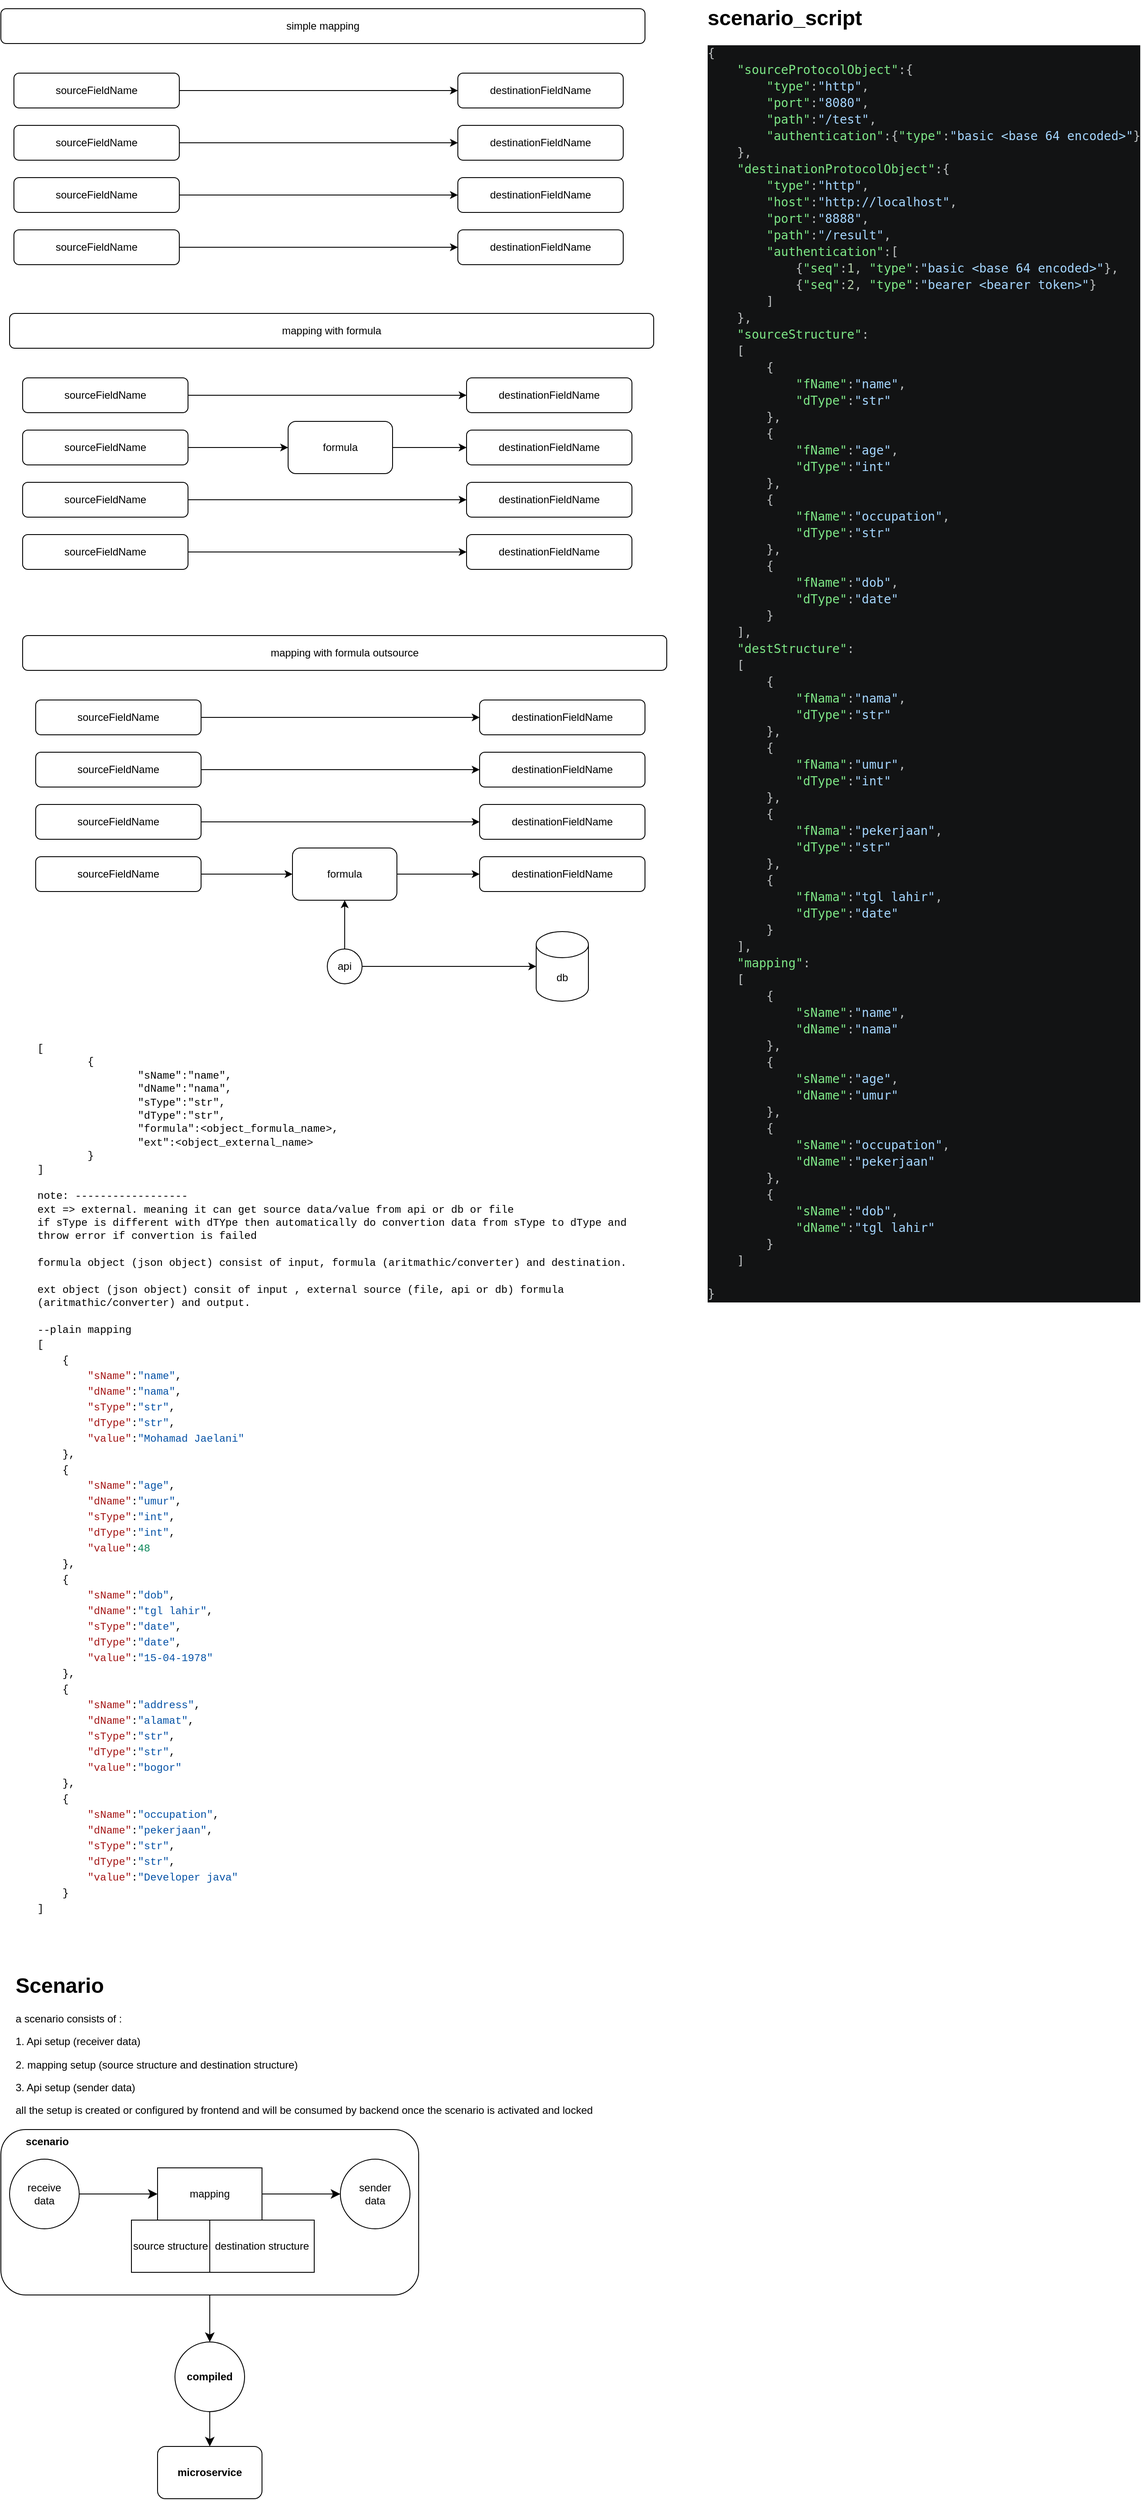
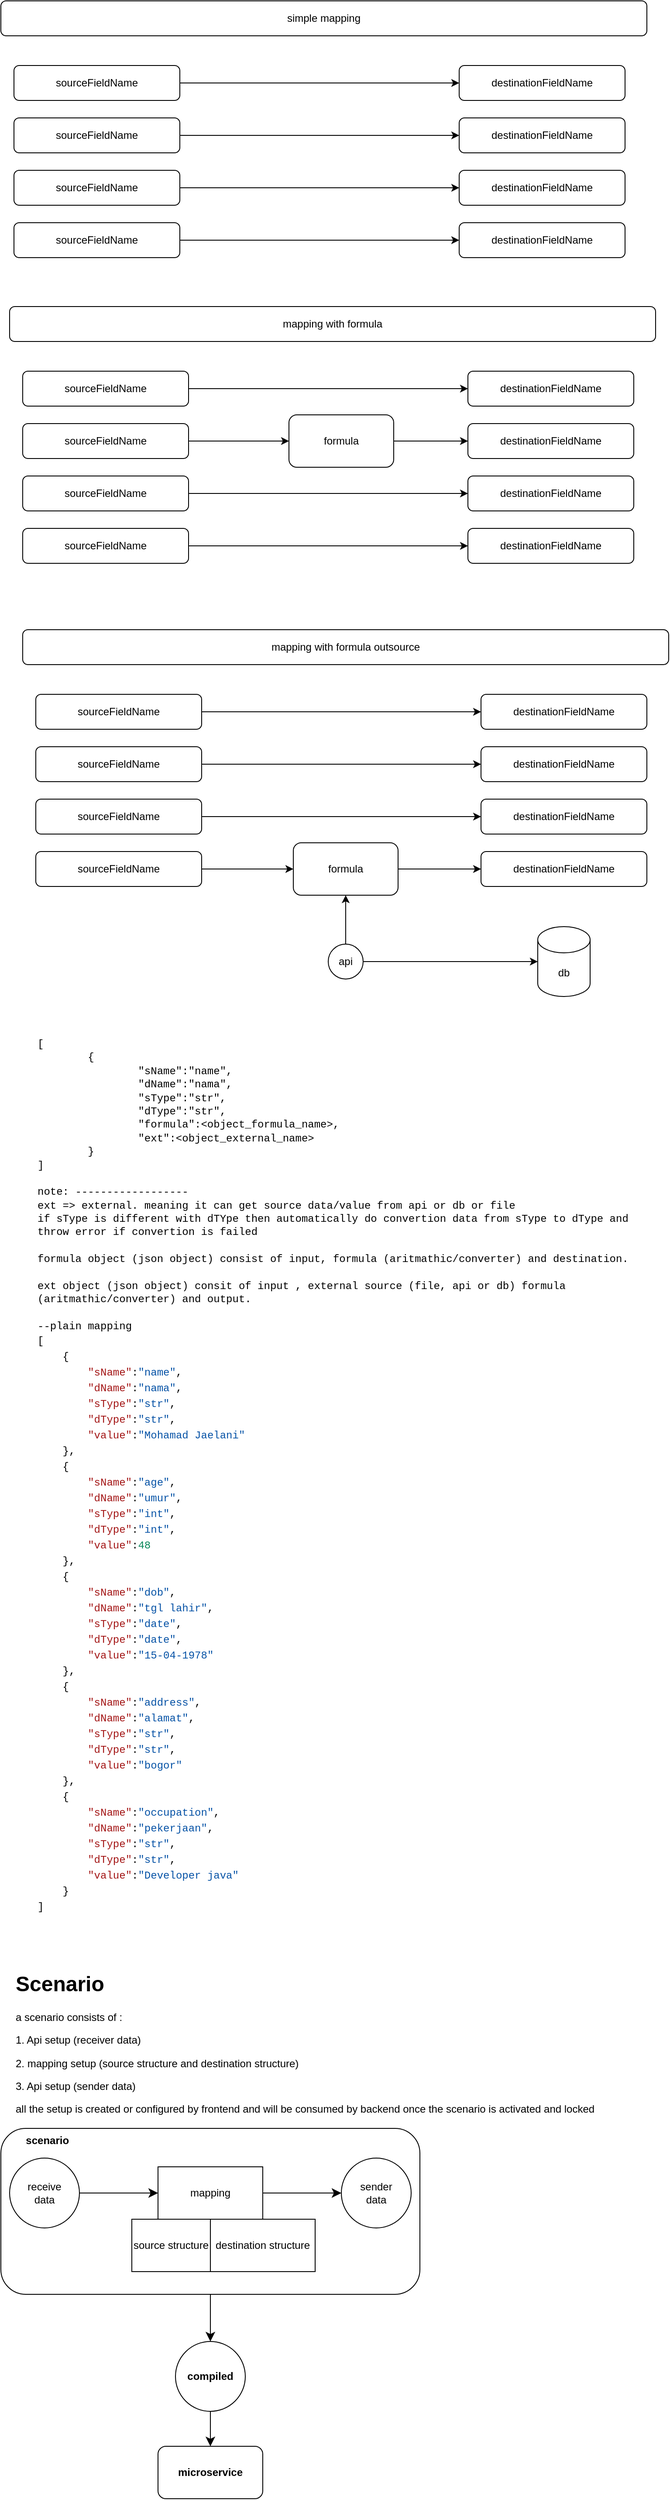
- <mxfile host="app.diagrams.net">
+ <mxfile host="app.diagrams.net" pages="2">
  <diagram name="Page-1" id="w0qSyX79uqXvIxm3ApQV">
    <mxGraphModel dx="1086" dy="970" grid="1" gridSize="10" guides="1" tooltips="1" connect="1" arrows="1" fold="1" page="1" pageScale="1" pageWidth="850" pageHeight="1100" math="0" shadow="0">
      <root>
        <mxCell id="0" />
        <mxCell id="1" parent="0" />
        <mxCell id="C5vNhbu8yeIDAcz09rIj-13" parent="1" style="rounded=1;whiteSpace=wrap;html=1;" value="simple mapping" vertex="1">
          <mxGeometry height="40" width="740" x="60" y="30" as="geometry" />
        </mxCell>
        <mxCell id="C5vNhbu8yeIDAcz09rIj-9" edge="1" parent="1" source="C5vNhbu8yeIDAcz09rIj-1" style="edgeStyle=orthogonalEdgeStyle;rounded=0;orthogonalLoop=1;jettySize=auto;html=1;entryX=0;entryY=0.5;entryDx=0;entryDy=0;" target="C5vNhbu8yeIDAcz09rIj-5">
          <mxGeometry relative="1" as="geometry" />
        </mxCell>
        <mxCell id="C5vNhbu8yeIDAcz09rIj-1" parent="1" style="rounded=1;whiteSpace=wrap;html=1;" value="sourceFieldName" vertex="1">
          <mxGeometry height="40" width="190" x="75" y="104" as="geometry" />
        </mxCell>
        <mxCell id="C5vNhbu8yeIDAcz09rIj-10" edge="1" parent="1" source="C5vNhbu8yeIDAcz09rIj-2" style="edgeStyle=orthogonalEdgeStyle;rounded=0;orthogonalLoop=1;jettySize=auto;html=1;entryX=0;entryY=0.5;entryDx=0;entryDy=0;" target="C5vNhbu8yeIDAcz09rIj-6">
          <mxGeometry relative="1" as="geometry" />
        </mxCell>
        <mxCell id="C5vNhbu8yeIDAcz09rIj-2" parent="1" style="rounded=1;whiteSpace=wrap;html=1;" value="sourceFieldName" vertex="1">
          <mxGeometry height="40" width="190" x="75" y="164" as="geometry" />
        </mxCell>
        <mxCell id="C5vNhbu8yeIDAcz09rIj-11" edge="1" parent="1" source="C5vNhbu8yeIDAcz09rIj-3" style="edgeStyle=orthogonalEdgeStyle;rounded=0;orthogonalLoop=1;jettySize=auto;html=1;entryX=0;entryY=0.5;entryDx=0;entryDy=0;" target="C5vNhbu8yeIDAcz09rIj-7">
          <mxGeometry relative="1" as="geometry" />
        </mxCell>
        <mxCell id="C5vNhbu8yeIDAcz09rIj-3" parent="1" style="rounded=1;whiteSpace=wrap;html=1;" value="sourceFieldName" vertex="1">
          <mxGeometry height="40" width="190" x="75" y="224" as="geometry" />
        </mxCell>
        <mxCell id="C5vNhbu8yeIDAcz09rIj-12" edge="1" parent="1" source="C5vNhbu8yeIDAcz09rIj-4" style="edgeStyle=orthogonalEdgeStyle;rounded=0;orthogonalLoop=1;jettySize=auto;html=1;entryX=0;entryY=0.5;entryDx=0;entryDy=0;" target="C5vNhbu8yeIDAcz09rIj-8">
          <mxGeometry relative="1" as="geometry" />
        </mxCell>
        <mxCell id="C5vNhbu8yeIDAcz09rIj-4" parent="1" style="rounded=1;whiteSpace=wrap;html=1;" value="sourceFieldName" vertex="1">
          <mxGeometry height="40" width="190" x="75" y="284" as="geometry" />
        </mxCell>
        <mxCell id="C5vNhbu8yeIDAcz09rIj-5" parent="1" style="rounded=1;whiteSpace=wrap;html=1;" value="destinationFieldName" vertex="1">
          <mxGeometry height="40" width="190" x="585" y="104" as="geometry" />
        </mxCell>
        <mxCell id="C5vNhbu8yeIDAcz09rIj-6" parent="1" style="rounded=1;whiteSpace=wrap;html=1;" value="destinationFieldName" vertex="1">
          <mxGeometry height="40" width="190" x="585" y="164" as="geometry" />
        </mxCell>
        <mxCell id="C5vNhbu8yeIDAcz09rIj-7" parent="1" style="rounded=1;whiteSpace=wrap;html=1;" value="destinationFieldName" vertex="1">
          <mxGeometry height="40" width="190" x="585" y="224" as="geometry" />
        </mxCell>
        <mxCell id="C5vNhbu8yeIDAcz09rIj-8" parent="1" style="rounded=1;whiteSpace=wrap;html=1;" value="destinationFieldName" vertex="1">
          <mxGeometry height="40" width="190" x="585" y="284" as="geometry" />
        </mxCell>
        <mxCell id="C5vNhbu8yeIDAcz09rIj-14" parent="1" style="rounded=1;whiteSpace=wrap;html=1;" value="mapping with formula" vertex="1">
          <mxGeometry height="40" width="740" x="70" y="380" as="geometry" />
        </mxCell>
        <mxCell id="C5vNhbu8yeIDAcz09rIj-15" edge="1" parent="1" source="C5vNhbu8yeIDAcz09rIj-16" style="edgeStyle=orthogonalEdgeStyle;rounded=0;orthogonalLoop=1;jettySize=auto;html=1;entryX=0;entryY=0.5;entryDx=0;entryDy=0;" target="C5vNhbu8yeIDAcz09rIj-23">
          <mxGeometry relative="1" as="geometry" />
        </mxCell>
        <mxCell id="C5vNhbu8yeIDAcz09rIj-16" parent="1" style="rounded=1;whiteSpace=wrap;html=1;" value="sourceFieldName" vertex="1">
          <mxGeometry height="40" width="190" x="85" y="454" as="geometry" />
        </mxCell>
        <mxCell id="C5vNhbu8yeIDAcz09rIj-28" edge="1" parent="1" source="C5vNhbu8yeIDAcz09rIj-18" style="edgeStyle=orthogonalEdgeStyle;rounded=0;orthogonalLoop=1;jettySize=auto;html=1;entryX=0;entryY=0.5;entryDx=0;entryDy=0;" target="C5vNhbu8yeIDAcz09rIj-27">
          <mxGeometry relative="1" as="geometry" />
        </mxCell>
        <mxCell id="C5vNhbu8yeIDAcz09rIj-18" parent="1" style="rounded=1;whiteSpace=wrap;html=1;" value="sourceFieldName" vertex="1">
          <mxGeometry height="40" width="190" x="85" y="514" as="geometry" />
        </mxCell>
        <mxCell id="C5vNhbu8yeIDAcz09rIj-19" edge="1" parent="1" source="C5vNhbu8yeIDAcz09rIj-20" style="edgeStyle=orthogonalEdgeStyle;rounded=0;orthogonalLoop=1;jettySize=auto;html=1;entryX=0;entryY=0.5;entryDx=0;entryDy=0;" target="C5vNhbu8yeIDAcz09rIj-25">
          <mxGeometry relative="1" as="geometry" />
        </mxCell>
        <mxCell id="C5vNhbu8yeIDAcz09rIj-20" parent="1" style="rounded=1;whiteSpace=wrap;html=1;" value="sourceFieldName" vertex="1">
          <mxGeometry height="40" width="190" x="85" y="574" as="geometry" />
        </mxCell>
        <mxCell id="C5vNhbu8yeIDAcz09rIj-21" edge="1" parent="1" source="C5vNhbu8yeIDAcz09rIj-22" style="edgeStyle=orthogonalEdgeStyle;rounded=0;orthogonalLoop=1;jettySize=auto;html=1;entryX=0;entryY=0.5;entryDx=0;entryDy=0;" target="C5vNhbu8yeIDAcz09rIj-26">
          <mxGeometry relative="1" as="geometry" />
        </mxCell>
        <mxCell id="C5vNhbu8yeIDAcz09rIj-22" parent="1" style="rounded=1;whiteSpace=wrap;html=1;" value="sourceFieldName" vertex="1">
          <mxGeometry height="40" width="190" x="85" y="634" as="geometry" />
        </mxCell>
        <mxCell id="C5vNhbu8yeIDAcz09rIj-23" parent="1" style="rounded=1;whiteSpace=wrap;html=1;" value="destinationFieldName" vertex="1">
          <mxGeometry height="40" width="190" x="595" y="454" as="geometry" />
        </mxCell>
        <mxCell id="C5vNhbu8yeIDAcz09rIj-24" parent="1" style="rounded=1;whiteSpace=wrap;html=1;" value="destinationFieldName" vertex="1">
          <mxGeometry height="40" width="190" x="595" y="514" as="geometry" />
        </mxCell>
        <mxCell id="C5vNhbu8yeIDAcz09rIj-25" parent="1" style="rounded=1;whiteSpace=wrap;html=1;" value="destinationFieldName" vertex="1">
          <mxGeometry height="40" width="190" x="595" y="574" as="geometry" />
        </mxCell>
        <mxCell id="C5vNhbu8yeIDAcz09rIj-26" parent="1" style="rounded=1;whiteSpace=wrap;html=1;" value="destinationFieldName" vertex="1">
          <mxGeometry height="40" width="190" x="595" y="634" as="geometry" />
        </mxCell>
        <mxCell id="C5vNhbu8yeIDAcz09rIj-29" edge="1" parent="1" source="C5vNhbu8yeIDAcz09rIj-27" style="edgeStyle=orthogonalEdgeStyle;rounded=0;orthogonalLoop=1;jettySize=auto;html=1;entryX=0;entryY=0.5;entryDx=0;entryDy=0;" target="C5vNhbu8yeIDAcz09rIj-24">
          <mxGeometry relative="1" as="geometry">
            <mxPoint x="590" y="534" as="targetPoint" />
          </mxGeometry>
        </mxCell>
        <mxCell id="C5vNhbu8yeIDAcz09rIj-27" parent="1" style="rounded=1;whiteSpace=wrap;html=1;" value="formula" vertex="1">
          <mxGeometry height="60" width="120" x="390" y="504" as="geometry" />
        </mxCell>
        <mxCell id="C5vNhbu8yeIDAcz09rIj-30" parent="1" style="rounded=1;whiteSpace=wrap;html=1;" value="mapping with formula outsource" vertex="1">
          <mxGeometry height="40" width="740" x="85" y="750" as="geometry" />
        </mxCell>
        <mxCell id="C5vNhbu8yeIDAcz09rIj-31" edge="1" parent="1" source="C5vNhbu8yeIDAcz09rIj-32" style="edgeStyle=orthogonalEdgeStyle;rounded=0;orthogonalLoop=1;jettySize=auto;html=1;entryX=0;entryY=0.5;entryDx=0;entryDy=0;" target="C5vNhbu8yeIDAcz09rIj-39">
          <mxGeometry relative="1" as="geometry" />
        </mxCell>
        <mxCell id="C5vNhbu8yeIDAcz09rIj-32" parent="1" style="rounded=1;whiteSpace=wrap;html=1;" value="sourceFieldName" vertex="1">
          <mxGeometry height="40" width="190" x="100" y="824" as="geometry" />
        </mxCell>
        <mxCell id="C5vNhbu8yeIDAcz09rIj-33" edge="1" parent="1" source="C5vNhbu8yeIDAcz09rIj-34" style="edgeStyle=orthogonalEdgeStyle;rounded=0;orthogonalLoop=1;jettySize=auto;html=1;entryX=0;entryY=0.5;entryDx=0;entryDy=0;" target="C5vNhbu8yeIDAcz09rIj-40">
          <mxGeometry relative="1" as="geometry">
            <mxPoint x="405" y="904" as="targetPoint" />
          </mxGeometry>
        </mxCell>
        <mxCell id="C5vNhbu8yeIDAcz09rIj-34" parent="1" style="rounded=1;whiteSpace=wrap;html=1;" value="sourceFieldName" vertex="1">
          <mxGeometry height="40" width="190" x="100" y="884" as="geometry" />
        </mxCell>
        <mxCell id="C5vNhbu8yeIDAcz09rIj-35" edge="1" parent="1" source="C5vNhbu8yeIDAcz09rIj-36" style="edgeStyle=orthogonalEdgeStyle;rounded=0;orthogonalLoop=1;jettySize=auto;html=1;entryX=0;entryY=0.5;entryDx=0;entryDy=0;" target="C5vNhbu8yeIDAcz09rIj-41">
          <mxGeometry relative="1" as="geometry" />
        </mxCell>
        <mxCell id="C5vNhbu8yeIDAcz09rIj-36" parent="1" style="rounded=1;whiteSpace=wrap;html=1;" value="sourceFieldName" vertex="1">
          <mxGeometry height="40" width="190" x="100" y="944" as="geometry" />
        </mxCell>
        <mxCell id="C5vNhbu8yeIDAcz09rIj-47" edge="1" parent="1" source="C5vNhbu8yeIDAcz09rIj-38" style="edgeStyle=orthogonalEdgeStyle;rounded=0;orthogonalLoop=1;jettySize=auto;html=1;entryX=0;entryY=0.5;entryDx=0;entryDy=0;" target="C5vNhbu8yeIDAcz09rIj-46">
          <mxGeometry relative="1" as="geometry" />
        </mxCell>
        <mxCell id="C5vNhbu8yeIDAcz09rIj-38" parent="1" style="rounded=1;whiteSpace=wrap;html=1;" value="sourceFieldName" vertex="1">
          <mxGeometry height="40" width="190" x="100" y="1004" as="geometry" />
        </mxCell>
        <mxCell id="C5vNhbu8yeIDAcz09rIj-39" parent="1" style="rounded=1;whiteSpace=wrap;html=1;" value="destinationFieldName" vertex="1">
          <mxGeometry height="40" width="190" x="610" y="824" as="geometry" />
        </mxCell>
        <mxCell id="C5vNhbu8yeIDAcz09rIj-40" parent="1" style="rounded=1;whiteSpace=wrap;html=1;" value="destinationFieldName" vertex="1">
          <mxGeometry height="40" width="190" x="610" y="884" as="geometry" />
        </mxCell>
        <mxCell id="C5vNhbu8yeIDAcz09rIj-41" parent="1" style="rounded=1;whiteSpace=wrap;html=1;" value="destinationFieldName" vertex="1">
          <mxGeometry height="40" width="190" x="610" y="944" as="geometry" />
        </mxCell>
        <mxCell id="C5vNhbu8yeIDAcz09rIj-42" parent="1" style="rounded=1;whiteSpace=wrap;html=1;" value="destinationFieldName" vertex="1">
          <mxGeometry height="40" width="190" x="610" y="1004" as="geometry" />
        </mxCell>
        <mxCell id="C5vNhbu8yeIDAcz09rIj-45" parent="1" style="shape=cylinder3;whiteSpace=wrap;html=1;boundedLbl=1;backgroundOutline=1;size=15;" value="db" vertex="1">
          <mxGeometry height="80" width="60" x="675" y="1090" as="geometry" />
        </mxCell>
        <mxCell id="C5vNhbu8yeIDAcz09rIj-49" edge="1" parent="1" source="C5vNhbu8yeIDAcz09rIj-46" style="edgeStyle=orthogonalEdgeStyle;rounded=0;orthogonalLoop=1;jettySize=auto;html=1;entryX=0;entryY=0.5;entryDx=0;entryDy=0;" target="C5vNhbu8yeIDAcz09rIj-42">
          <mxGeometry relative="1" as="geometry" />
        </mxCell>
        <mxCell id="C5vNhbu8yeIDAcz09rIj-46" parent="1" style="rounded=1;whiteSpace=wrap;html=1;" value="formula" vertex="1">
          <mxGeometry height="60" width="120" x="395" y="994" as="geometry" />
        </mxCell>
        <mxCell id="C5vNhbu8yeIDAcz09rIj-51" edge="1" parent="1" source="C5vNhbu8yeIDAcz09rIj-50" style="edgeStyle=orthogonalEdgeStyle;rounded=0;orthogonalLoop=1;jettySize=auto;html=1;entryX=0.5;entryY=1;entryDx=0;entryDy=0;" target="C5vNhbu8yeIDAcz09rIj-46">
          <mxGeometry relative="1" as="geometry" />
        </mxCell>
        <mxCell id="C5vNhbu8yeIDAcz09rIj-50" parent="1" style="ellipse;whiteSpace=wrap;html=1;aspect=fixed;" value="api" vertex="1">
          <mxGeometry height="40" width="40" x="435" y="1110" as="geometry" />
        </mxCell>
        <mxCell id="C5vNhbu8yeIDAcz09rIj-52" edge="1" parent="1" source="C5vNhbu8yeIDAcz09rIj-50" style="edgeStyle=orthogonalEdgeStyle;rounded=0;orthogonalLoop=1;jettySize=auto;html=1;entryX=0;entryY=0.5;entryDx=0;entryDy=0;entryPerimeter=0;" target="C5vNhbu8yeIDAcz09rIj-45">
          <mxGeometry relative="1" as="geometry" />
        </mxCell>
        <mxCell id="C5vNhbu8yeIDAcz09rIj-54" parent="1" style="rounded=0;whiteSpace=wrap;html=1;align=left;verticalAlign=top;strokeColor=none;" value="&lt;font face=&quot;Courier New&quot;&gt;[&lt;/font&gt;&lt;div&gt;&lt;font face=&quot;Courier New&quot;&gt;&lt;span style=&quot;white-space: pre;&quot;&gt;&#x9;&lt;/span&gt;{&lt;br&gt;&lt;/font&gt;&lt;/div&gt;&lt;div&gt;&lt;font face=&quot;Courier New&quot;&gt;&lt;span style=&quot;white-space: pre;&quot;&gt;&#x9;&lt;/span&gt;&lt;span style=&quot;white-space: pre;&quot;&gt;&#x9;&lt;/span&gt;&quot;sName&quot;:&quot;name&quot;,&lt;br&gt;&lt;/font&gt;&lt;/div&gt;&lt;div&gt;&lt;font face=&quot;Courier New&quot;&gt;&lt;span style=&quot;white-space: pre;&quot;&gt;&#x9;&lt;/span&gt;&lt;span style=&quot;white-space: pre;&quot;&gt;&#x9;&lt;/span&gt;&quot;dName&quot;:&quot;nama&quot;,&lt;br&gt;&lt;/font&gt;&lt;/div&gt;&lt;div&gt;&lt;font face=&quot;Courier New&quot;&gt;&lt;span style=&quot;white-space: pre;&quot;&gt;&#x9;&lt;/span&gt;&lt;span style=&quot;white-space: pre;&quot;&gt;&#x9;&lt;/span&gt;&quot;sType&quot;:&quot;str&quot;,&lt;br&gt;&lt;/font&gt;&lt;/div&gt;&lt;div&gt;&lt;font face=&quot;Courier New&quot;&gt;&lt;span style=&quot;white-space: pre;&quot;&gt;&#x9;&lt;/span&gt;&lt;span style=&quot;white-space: pre;&quot;&gt;&#x9;&lt;/span&gt;&quot;dType&quot;:&quot;str&quot;,&lt;br&gt;&lt;/font&gt;&lt;/div&gt;&lt;div&gt;&lt;font face=&quot;Courier New&quot;&gt;&lt;span style=&quot;white-space: pre;&quot;&gt;&#x9;&lt;/span&gt;&lt;span style=&quot;white-space: pre;&quot;&gt;&#x9;&lt;/span&gt;&quot;formula&quot;:&amp;lt;object_formula_name&amp;gt;,&lt;br&gt;&lt;/font&gt;&lt;/div&gt;&lt;div&gt;&lt;font face=&quot;Courier New&quot;&gt;&lt;span style=&quot;white-space: pre;&quot;&gt;&#x9;&lt;/span&gt;&lt;span style=&quot;white-space: pre;&quot;&gt;&#x9;&lt;/span&gt;&quot;ext&quot;:&amp;lt;object_external_name&amp;gt;&lt;br&gt;&lt;/font&gt;&lt;/div&gt;&lt;div&gt;&lt;font face=&quot;Courier New&quot;&gt;&lt;span style=&quot;white-space: pre;&quot;&gt;&#x9;&lt;/span&gt;}&lt;br&gt;&lt;/font&gt;&lt;/div&gt;&lt;div&gt;&lt;font face=&quot;Courier New&quot;&gt;]&lt;/font&gt;&lt;/div&gt;&lt;div&gt;&lt;font face=&quot;Courier New&quot;&gt;&lt;br&gt;&lt;/font&gt;&lt;/div&gt;&lt;div&gt;&lt;font face=&quot;Courier New&quot;&gt;note: ------------------&lt;/font&gt;&lt;/div&gt;&lt;div&gt;&lt;font face=&quot;Courier New&quot;&gt;ext =&amp;gt; external. meaning it can get source data/value from api or db or file&lt;/font&gt;&lt;/div&gt;&lt;div&gt;&lt;font face=&quot;Courier New&quot;&gt;if sType is different with dTYpe then automatically do convertion data from sType to dType and throw error if convertion is failed&lt;/font&gt;&lt;/div&gt;&lt;div&gt;&lt;font face=&quot;Courier New&quot;&gt;&lt;br&gt;&lt;/font&gt;&lt;/div&gt;&lt;div&gt;&lt;font face=&quot;Courier New&quot;&gt;formula object (json object) consist of input, formula (aritmathic/converter) and destination.&lt;/font&gt;&lt;/div&gt;&lt;div&gt;&lt;font face=&quot;Courier New&quot;&gt;&lt;br&gt;&lt;/font&gt;&lt;/div&gt;&lt;div&gt;&lt;font face=&quot;Courier New&quot;&gt;ext object&amp;nbsp;&lt;/font&gt;&lt;span style=&quot;font-family: &amp;quot;Courier New&amp;quot;; background-color: transparent; color: light-dark(rgb(0, 0, 0), rgb(255, 255, 255));&quot;&gt;(json object)&lt;/span&gt;&lt;span style=&quot;font-family: &amp;quot;Courier New&amp;quot;; background-color: transparent; color: light-dark(rgb(0, 0, 0), rgb(255, 255, 255));&quot;&gt;&amp;nbsp;consit of input , external source (file, api or db) formula (aritmathic/converter) and output.&lt;/span&gt;&lt;/div&gt;&lt;div&gt;&lt;span style=&quot;font-family: &amp;quot;Courier New&amp;quot;; background-color: transparent; color: light-dark(rgb(0, 0, 0), rgb(255, 255, 255));&quot;&gt;&lt;br&gt;&lt;/span&gt;&lt;/div&gt;&lt;div&gt;&lt;span style=&quot;font-family: &amp;quot;Courier New&amp;quot;; background-color: transparent; color: light-dark(rgb(0, 0, 0), rgb(255, 255, 255));&quot;&gt;--plain mapping&lt;/span&gt;&lt;/div&gt;&lt;div&gt;&lt;div style=&quot;background-color: rgb(255, 255, 255); font-family: IBMPlexMono, &amp;quot;Courier New&amp;quot;, monospace, Consolas, &amp;quot;Courier New&amp;quot;, monospace; line-height: 18px; white-space: pre;&quot;&gt;&lt;div&gt;[&lt;/div&gt;&lt;div&gt;&amp;nbsp; &amp;nbsp; {&lt;/div&gt;&lt;div&gt;&amp;nbsp; &amp;nbsp; &amp;nbsp; &amp;nbsp; &lt;span style=&quot;color: #a31515;&quot;&gt;&quot;sName&quot;&lt;/span&gt;:&lt;span style=&quot;color: #0451a5;&quot;&gt;&quot;name&quot;&lt;/span&gt;,&lt;/div&gt;&lt;div&gt;&amp;nbsp; &amp;nbsp; &amp;nbsp; &amp;nbsp; &lt;span style=&quot;color: #a31515;&quot;&gt;&quot;dName&quot;&lt;/span&gt;:&lt;span style=&quot;color: #0451a5;&quot;&gt;&quot;nama&quot;&lt;/span&gt;,&lt;/div&gt;&lt;div&gt;&amp;nbsp; &amp;nbsp; &amp;nbsp; &amp;nbsp; &lt;span style=&quot;color: #a31515;&quot;&gt;&quot;sType&quot;&lt;/span&gt;:&lt;span style=&quot;color: #0451a5;&quot;&gt;&quot;str&quot;&lt;/span&gt;,&lt;/div&gt;&lt;div&gt;&amp;nbsp; &amp;nbsp; &amp;nbsp; &amp;nbsp; &lt;span style=&quot;color: #a31515;&quot;&gt;&quot;dType&quot;&lt;/span&gt;:&lt;span style=&quot;color: #0451a5;&quot;&gt;&quot;str&quot;&lt;/span&gt;,&lt;/div&gt;&lt;div&gt;&amp;nbsp; &amp;nbsp; &amp;nbsp; &amp;nbsp; &lt;span style=&quot;color: #a31515;&quot;&gt;&quot;value&quot;&lt;/span&gt;:&lt;span style=&quot;color: #0451a5;&quot;&gt;&quot;Mohamad Jaelani&quot;&lt;/span&gt;&lt;/div&gt;&lt;div&gt;&amp;nbsp; &amp;nbsp; },&lt;/div&gt;&lt;div&gt;&amp;nbsp; &amp;nbsp; {&lt;/div&gt;&lt;div&gt;&amp;nbsp; &amp;nbsp; &amp;nbsp; &amp;nbsp; &lt;span style=&quot;color: #a31515;&quot;&gt;&quot;sName&quot;&lt;/span&gt;:&lt;span style=&quot;color: #0451a5;&quot;&gt;&quot;age&quot;&lt;/span&gt;,&lt;/div&gt;&lt;div&gt;&amp;nbsp; &amp;nbsp; &amp;nbsp; &amp;nbsp; &lt;span style=&quot;color: #a31515;&quot;&gt;&quot;dName&quot;&lt;/span&gt;:&lt;span style=&quot;color: #0451a5;&quot;&gt;&quot;umur&quot;&lt;/span&gt;,&lt;/div&gt;&lt;div&gt;&amp;nbsp; &amp;nbsp; &amp;nbsp; &amp;nbsp; &lt;span style=&quot;color: #a31515;&quot;&gt;&quot;sType&quot;&lt;/span&gt;:&lt;span style=&quot;color: #0451a5;&quot;&gt;&quot;int&quot;&lt;/span&gt;,&lt;/div&gt;&lt;div&gt;&amp;nbsp; &amp;nbsp; &amp;nbsp; &amp;nbsp; &lt;span style=&quot;color: #a31515;&quot;&gt;&quot;dType&quot;&lt;/span&gt;:&lt;span style=&quot;color: #0451a5;&quot;&gt;&quot;int&quot;&lt;/span&gt;,&lt;/div&gt;&lt;div&gt;&amp;nbsp; &amp;nbsp; &amp;nbsp; &amp;nbsp; &lt;span style=&quot;color: #a31515;&quot;&gt;&quot;value&quot;&lt;/span&gt;:&lt;span style=&quot;color: #098658;&quot;&gt;48&lt;/span&gt;&lt;/div&gt;&lt;div&gt;&amp;nbsp; &amp;nbsp; },&lt;/div&gt;&lt;div&gt;&amp;nbsp; &amp;nbsp; {&lt;/div&gt;&lt;div&gt;&amp;nbsp; &amp;nbsp; &amp;nbsp; &amp;nbsp; &lt;span style=&quot;color: #a31515;&quot;&gt;&quot;sName&quot;&lt;/span&gt;:&lt;span style=&quot;color: #0451a5;&quot;&gt;&quot;dob&quot;&lt;/span&gt;,&lt;/div&gt;&lt;div&gt;&amp;nbsp; &amp;nbsp; &amp;nbsp; &amp;nbsp; &lt;span style=&quot;color: #a31515;&quot;&gt;&quot;dName&quot;&lt;/span&gt;:&lt;span style=&quot;color: #0451a5;&quot;&gt;&quot;tgl lahir&quot;&lt;/span&gt;,&lt;/div&gt;&lt;div&gt;&amp;nbsp; &amp;nbsp; &amp;nbsp; &amp;nbsp; &lt;span style=&quot;color: #a31515;&quot;&gt;&quot;sType&quot;&lt;/span&gt;:&lt;span style=&quot;color: #0451a5;&quot;&gt;&quot;date&quot;&lt;/span&gt;,&lt;/div&gt;&lt;div&gt;&amp;nbsp; &amp;nbsp; &amp;nbsp; &amp;nbsp; &lt;span style=&quot;color: #a31515;&quot;&gt;&quot;dType&quot;&lt;/span&gt;:&lt;span style=&quot;color: #0451a5;&quot;&gt;&quot;date&quot;&lt;/span&gt;,&lt;/div&gt;&lt;div&gt;&amp;nbsp; &amp;nbsp; &amp;nbsp; &amp;nbsp; &lt;span style=&quot;color: #a31515;&quot;&gt;&quot;value&quot;&lt;/span&gt;:&lt;span style=&quot;color: #0451a5;&quot;&gt;&quot;15-04-1978&quot;&lt;/span&gt;&lt;/div&gt;&lt;div&gt;&amp;nbsp; &amp;nbsp; },&lt;/div&gt;&lt;div&gt;&amp;nbsp; &amp;nbsp; {&lt;/div&gt;&lt;div&gt;&amp;nbsp; &amp;nbsp; &amp;nbsp; &amp;nbsp; &lt;span style=&quot;color: #a31515;&quot;&gt;&quot;sName&quot;&lt;/span&gt;:&lt;span style=&quot;color: #0451a5;&quot;&gt;&quot;address&quot;&lt;/span&gt;,&lt;/div&gt;&lt;div&gt;&amp;nbsp; &amp;nbsp; &amp;nbsp; &amp;nbsp; &lt;span style=&quot;color: #a31515;&quot;&gt;&quot;dName&quot;&lt;/span&gt;:&lt;span style=&quot;color: #0451a5;&quot;&gt;&quot;alamat&quot;&lt;/span&gt;,&lt;/div&gt;&lt;div&gt;&amp;nbsp; &amp;nbsp; &amp;nbsp; &amp;nbsp; &lt;span style=&quot;color: #a31515;&quot;&gt;&quot;sType&quot;&lt;/span&gt;:&lt;span style=&quot;color: #0451a5;&quot;&gt;&quot;str&quot;&lt;/span&gt;,&lt;/div&gt;&lt;div&gt;&amp;nbsp; &amp;nbsp; &amp;nbsp; &amp;nbsp; &lt;span style=&quot;color: #a31515;&quot;&gt;&quot;dType&quot;&lt;/span&gt;:&lt;span style=&quot;color: #0451a5;&quot;&gt;&quot;str&quot;&lt;/span&gt;,&lt;/div&gt;&lt;div&gt;&amp;nbsp; &amp;nbsp; &amp;nbsp; &amp;nbsp; &lt;span style=&quot;color: #a31515;&quot;&gt;&quot;value&quot;&lt;/span&gt;:&lt;span style=&quot;color: #0451a5;&quot;&gt;&quot;bogor&quot;&lt;/span&gt;&lt;/div&gt;&lt;div&gt;&amp;nbsp; &amp;nbsp; },&lt;/div&gt;&lt;div&gt;&amp;nbsp; &amp;nbsp; {&lt;/div&gt;&lt;div&gt;&amp;nbsp; &amp;nbsp; &amp;nbsp; &amp;nbsp; &lt;span style=&quot;color: #a31515;&quot;&gt;&quot;sName&quot;&lt;/span&gt;:&lt;span style=&quot;color: #0451a5;&quot;&gt;&quot;occupation&quot;&lt;/span&gt;,&lt;/div&gt;&lt;div&gt;&amp;nbsp; &amp;nbsp; &amp;nbsp; &amp;nbsp; &lt;span style=&quot;color: #a31515;&quot;&gt;&quot;dName&quot;&lt;/span&gt;:&lt;span style=&quot;color: #0451a5;&quot;&gt;&quot;pekerjaan&quot;&lt;/span&gt;,&lt;/div&gt;&lt;div&gt;&amp;nbsp; &amp;nbsp; &amp;nbsp; &amp;nbsp; &lt;span style=&quot;color: #a31515;&quot;&gt;&quot;sType&quot;&lt;/span&gt;:&lt;span style=&quot;color: #0451a5;&quot;&gt;&quot;str&quot;&lt;/span&gt;,&lt;/div&gt;&lt;div&gt;&amp;nbsp; &amp;nbsp; &amp;nbsp; &amp;nbsp; &lt;span style=&quot;color: #a31515;&quot;&gt;&quot;dType&quot;&lt;/span&gt;:&lt;span style=&quot;color: #0451a5;&quot;&gt;&quot;str&quot;&lt;/span&gt;,&lt;/div&gt;&lt;div&gt;&amp;nbsp; &amp;nbsp; &amp;nbsp; &amp;nbsp; &lt;span style=&quot;color: #a31515;&quot;&gt;&quot;value&quot;&lt;/span&gt;:&lt;span style=&quot;color: #0451a5;&quot;&gt;&quot;Developer java&quot;&lt;/span&gt;&lt;/div&gt;&lt;div&gt;&amp;nbsp; &amp;nbsp; }&lt;/div&gt;&lt;div&gt;]&lt;/div&gt;&lt;/div&gt;&lt;/div&gt;&lt;div&gt;&lt;font face=&quot;Courier New&quot;&gt;&lt;br&gt;&lt;/font&gt;&lt;/div&gt;" vertex="1">
          <mxGeometry height="820" width="700" x="100" y="1210" as="geometry" />
        </mxCell>
        <mxCell id="U511CUliFXkv6nbYjQ3k-1" parent="1" style="text;html=1;whiteSpace=wrap;overflow=hidden;rounded=0;" value="&lt;h1 style=&quot;margin-top: 0px;&quot;&gt;Scenario&lt;/h1&gt;&lt;p&gt;a scenario consists of :&lt;/p&gt;&lt;p&gt;1. Api setup (receiver data)&lt;/p&gt;&lt;p&gt;2. mapping setup (source structure and destination structure)&lt;/p&gt;&lt;p&gt;3. Api setup (sender data)&lt;/p&gt;&lt;p&gt;all the setup is created or configured by frontend and will be consumed by backend once the scenario is activated and locked&lt;/p&gt;" vertex="1">
          <mxGeometry height="190" width="725" x="75" y="2280" as="geometry" />
        </mxCell>
        <mxCell id="U511CUliFXkv6nbYjQ3k-14" connectable="0" parent="1" style="group;movable=1;resizable=1;rotatable=1;deletable=1;editable=1;locked=0;connectable=1;" value="" vertex="1">
          <mxGeometry height="190" width="480" x="60" y="2466" as="geometry" />
        </mxCell>
        <mxCell id="U511CUliFXkv6nbYjQ3k-12" parent="U511CUliFXkv6nbYjQ3k-14" style="rounded=1;whiteSpace=wrap;html=1;align=left;verticalAlign=top;fontStyle=1" value="&lt;span style=&quot;white-space: pre;&quot;&gt;&#x9;&lt;/span&gt;scenario" vertex="1">
          <mxGeometry height="190" width="480" as="geometry" />
        </mxCell>
        <mxCell id="U511CUliFXkv6nbYjQ3k-6" edge="1" parent="U511CUliFXkv6nbYjQ3k-14" source="U511CUliFXkv6nbYjQ3k-3" style="edgeStyle=none;curved=1;rounded=0;orthogonalLoop=1;jettySize=auto;html=1;fontSize=12;startSize=8;endSize=8;" target="U511CUliFXkv6nbYjQ3k-5" value="">
          <mxGeometry relative="1" as="geometry" />
        </mxCell>
        <mxCell id="U511CUliFXkv6nbYjQ3k-3" parent="U511CUliFXkv6nbYjQ3k-14" style="ellipse;whiteSpace=wrap;html=1;aspect=fixed;" value="receive&lt;div&gt;data&lt;/div&gt;" vertex="1">
          <mxGeometry height="80" width="80" x="10" y="34" as="geometry" />
        </mxCell>
        <mxCell id="U511CUliFXkv6nbYjQ3k-8" edge="1" parent="U511CUliFXkv6nbYjQ3k-14" source="U511CUliFXkv6nbYjQ3k-5" style="edgeStyle=none;curved=1;rounded=0;orthogonalLoop=1;jettySize=auto;html=1;fontSize=12;startSize=8;endSize=8;" target="U511CUliFXkv6nbYjQ3k-7" value="">
          <mxGeometry relative="1" as="geometry" />
        </mxCell>
        <mxCell id="U511CUliFXkv6nbYjQ3k-5" parent="U511CUliFXkv6nbYjQ3k-14" style="whiteSpace=wrap;html=1;" value="mapping" vertex="1">
          <mxGeometry height="60" width="120" x="180" y="44" as="geometry" />
        </mxCell>
        <mxCell id="U511CUliFXkv6nbYjQ3k-7" parent="U511CUliFXkv6nbYjQ3k-14" style="ellipse;whiteSpace=wrap;html=1;" value="sender&lt;div&gt;data&lt;/div&gt;" vertex="1">
          <mxGeometry height="80" width="80" x="390" y="34" as="geometry" />
        </mxCell>
        <mxCell id="U511CUliFXkv6nbYjQ3k-9" parent="U511CUliFXkv6nbYjQ3k-14" style="whiteSpace=wrap;html=1;" value="source structure" vertex="1">
          <mxGeometry height="60" width="90" x="150" y="104" as="geometry" />
        </mxCell>
        <mxCell id="U511CUliFXkv6nbYjQ3k-11" parent="U511CUliFXkv6nbYjQ3k-14" style="whiteSpace=wrap;html=1;" value="destination structure" vertex="1">
          <mxGeometry height="60" width="120" x="240" y="104" as="geometry" />
        </mxCell>
        <mxCell id="U511CUliFXkv6nbYjQ3k-18" edge="1" parent="1" source="U511CUliFXkv6nbYjQ3k-15" style="edgeStyle=none;curved=1;rounded=0;orthogonalLoop=1;jettySize=auto;html=1;fontSize=12;startSize=8;endSize=8;" target="U511CUliFXkv6nbYjQ3k-17" value="">
          <mxGeometry relative="1" as="geometry" />
        </mxCell>
        <mxCell id="U511CUliFXkv6nbYjQ3k-15" parent="1" style="ellipse;whiteSpace=wrap;html=1;align=center;verticalAlign=middle;rounded=1;fontStyle=1;" value="compiled" vertex="1">
          <mxGeometry height="80" width="80" x="260" y="2710" as="geometry" />
        </mxCell>
        <mxCell id="U511CUliFXkv6nbYjQ3k-16" edge="1" parent="1" source="U511CUliFXkv6nbYjQ3k-12" style="edgeStyle=none;curved=1;rounded=0;orthogonalLoop=1;jettySize=auto;html=1;fontSize=12;startSize=8;endSize=8;" target="U511CUliFXkv6nbYjQ3k-15" value="">
          <mxGeometry relative="1" as="geometry" />
        </mxCell>
        <mxCell id="U511CUliFXkv6nbYjQ3k-17" parent="1" style="whiteSpace=wrap;html=1;rounded=1;fontStyle=1;" value="microservice" vertex="1">
          <mxGeometry height="60" width="120" x="240" y="2830" as="geometry" />
        </mxCell>
-         <mxCell id="U511CUliFXkv6nbYjQ3k-19" parent="1" style="text;html=1;whiteSpace=wrap;overflow=hidden;rounded=0;" value="&lt;h1 style=&quot;margin-top: 0px;&quot;&gt;scenario_script&lt;/h1&gt;&lt;div style=&quot;color: rgb(187, 190, 191); background-color: rgb(18, 19, 20); font-family: &amp;quot;Droid Sans Mono&amp;quot;, monospace; font-size: 14px; line-height: 19px; white-space: pre;&quot;&gt;&lt;div&gt;{&lt;/div&gt;&lt;div&gt;    &lt;span style=&quot;color: #7ee787;&quot;&gt;&quot;sourceProtocolObject&quot;&lt;/span&gt;:{&lt;/div&gt;&lt;div&gt;        &lt;span style=&quot;color: #7ee787;&quot;&gt;&quot;type&quot;&lt;/span&gt;:&lt;span style=&quot;color: #a5d6ff;&quot;&gt;&quot;http&quot;&lt;/span&gt;,&lt;/div&gt;&lt;div&gt;        &lt;span style=&quot;color: #7ee787;&quot;&gt;&quot;port&quot;&lt;/span&gt;:&lt;span style=&quot;color: #a5d6ff;&quot;&gt;&quot;8080&quot;&lt;/span&gt;,&lt;/div&gt;&lt;div&gt;        &lt;span style=&quot;color: #7ee787;&quot;&gt;&quot;path&quot;&lt;/span&gt;:&lt;span style=&quot;color: #a5d6ff;&quot;&gt;&quot;/test&quot;&lt;/span&gt;,&lt;/div&gt;&lt;div&gt;        &lt;span style=&quot;color: #7ee787;&quot;&gt;&quot;authentication&quot;&lt;/span&gt;:{&lt;span style=&quot;color: #7ee787;&quot;&gt;&quot;type&quot;&lt;/span&gt;:&lt;span style=&quot;color: #a5d6ff;&quot;&gt;&quot;basic &amp;lt;base 64 encoded&amp;gt;&quot;&lt;/span&gt;}&lt;/div&gt;&lt;div&gt;    },&lt;/div&gt;&lt;div&gt;    &lt;span style=&quot;color: #7ee787;&quot;&gt;&quot;destinationProtocolObject&quot;&lt;/span&gt;:{&lt;/div&gt;&lt;div&gt;        &lt;span style=&quot;color: #7ee787;&quot;&gt;&quot;type&quot;&lt;/span&gt;:&lt;span style=&quot;color: #a5d6ff;&quot;&gt;&quot;http&quot;&lt;/span&gt;,&lt;/div&gt;&lt;div&gt;        &lt;span style=&quot;color: #7ee787;&quot;&gt;&quot;host&quot;&lt;/span&gt;:&lt;span style=&quot;color: #a5d6ff;&quot;&gt;&quot;http://localhost&quot;&lt;/span&gt;,&lt;/div&gt;&lt;div&gt;        &lt;span style=&quot;color: #7ee787;&quot;&gt;&quot;port&quot;&lt;/span&gt;:&lt;span style=&quot;color: #a5d6ff;&quot;&gt;&quot;8888&quot;&lt;/span&gt;,&lt;/div&gt;&lt;div&gt;        &lt;span style=&quot;color: #7ee787;&quot;&gt;&quot;path&quot;&lt;/span&gt;:&lt;span style=&quot;color: #a5d6ff;&quot;&gt;&quot;/result&quot;&lt;/span&gt;,&lt;/div&gt;&lt;div&gt;        &lt;span style=&quot;color: #7ee787;&quot;&gt;&quot;authentication&quot;&lt;/span&gt;:[&lt;/div&gt;&lt;div&gt;            {&lt;span style=&quot;color: #7ee787;&quot;&gt;&quot;seq&quot;&lt;/span&gt;:&lt;span style=&quot;color: #b5cea8;&quot;&gt;1&lt;/span&gt;, &lt;span style=&quot;color: #7ee787;&quot;&gt;&quot;type&quot;&lt;/span&gt;:&lt;span style=&quot;color: #a5d6ff;&quot;&gt;&quot;basic &amp;lt;base 64 encoded&amp;gt;&quot;&lt;/span&gt;},&lt;/div&gt;&lt;div&gt;            {&lt;span style=&quot;color: #7ee787;&quot;&gt;&quot;seq&quot;&lt;/span&gt;:&lt;span style=&quot;color: #b5cea8;&quot;&gt;2&lt;/span&gt;, &lt;span style=&quot;color: #7ee787;&quot;&gt;&quot;type&quot;&lt;/span&gt;:&lt;span style=&quot;color: #a5d6ff;&quot;&gt;&quot;bearer &amp;lt;bearer token&amp;gt;&quot;&lt;/span&gt;}&lt;/div&gt;&lt;div&gt;        ]&lt;/div&gt;&lt;div&gt;    },&lt;/div&gt;&lt;div&gt;    &lt;span style=&quot;color: #7ee787;&quot;&gt;&quot;sourceStructure&quot;&lt;/span&gt;:&lt;/div&gt;&lt;div&gt;    [&lt;/div&gt;&lt;div&gt;        {&lt;/div&gt;&lt;div&gt;            &lt;span style=&quot;color: #7ee787;&quot;&gt;&quot;fName&quot;&lt;/span&gt;:&lt;span style=&quot;color: #a5d6ff;&quot;&gt;&quot;name&quot;&lt;/span&gt;,&lt;/div&gt;&lt;div&gt;            &lt;span style=&quot;color: #7ee787;&quot;&gt;&quot;dType&quot;&lt;/span&gt;:&lt;span style=&quot;color: #a5d6ff;&quot;&gt;&quot;str&quot;&lt;/span&gt;&lt;/div&gt;&lt;div&gt;        },&lt;/div&gt;&lt;div&gt;        {&lt;/div&gt;&lt;div&gt;            &lt;span style=&quot;color: #7ee787;&quot;&gt;&quot;fName&quot;&lt;/span&gt;:&lt;span style=&quot;color: #a5d6ff;&quot;&gt;&quot;age&quot;&lt;/span&gt;,&lt;/div&gt;&lt;div&gt;            &lt;span style=&quot;color: #7ee787;&quot;&gt;&quot;dType&quot;&lt;/span&gt;:&lt;span style=&quot;color: #a5d6ff;&quot;&gt;&quot;int&quot;&lt;/span&gt;&lt;/div&gt;&lt;div&gt;        },&lt;/div&gt;&lt;div&gt;        {&lt;/div&gt;&lt;div&gt;            &lt;span style=&quot;color: #7ee787;&quot;&gt;&quot;fName&quot;&lt;/span&gt;:&lt;span style=&quot;color: #a5d6ff;&quot;&gt;&quot;occupation&quot;&lt;/span&gt;,&lt;/div&gt;&lt;div&gt;            &lt;span style=&quot;color: #7ee787;&quot;&gt;&quot;dType&quot;&lt;/span&gt;:&lt;span style=&quot;color: #a5d6ff;&quot;&gt;&quot;str&quot;&lt;/span&gt;&lt;/div&gt;&lt;div&gt;        },&lt;/div&gt;&lt;div&gt;        {&lt;/div&gt;&lt;div&gt;            &lt;span style=&quot;color: #7ee787;&quot;&gt;&quot;fName&quot;&lt;/span&gt;:&lt;span style=&quot;color: #a5d6ff;&quot;&gt;&quot;dob&quot;&lt;/span&gt;,&lt;/div&gt;&lt;div&gt;            &lt;span style=&quot;color: #7ee787;&quot;&gt;&quot;dType&quot;&lt;/span&gt;:&lt;span style=&quot;color: #a5d6ff;&quot;&gt;&quot;date&quot;&lt;/span&gt;&lt;/div&gt;&lt;div&gt;        }&lt;/div&gt;&lt;div&gt;    ],&lt;/div&gt;&lt;div&gt;    &lt;span style=&quot;color: #7ee787;&quot;&gt;&quot;destStructure&quot;&lt;/span&gt;:&lt;/div&gt;&lt;div&gt;    [&lt;/div&gt;&lt;div&gt;        {&lt;/div&gt;&lt;div&gt;            &lt;span style=&quot;color: #7ee787;&quot;&gt;&quot;fNama&quot;&lt;/span&gt;:&lt;span style=&quot;color: #a5d6ff;&quot;&gt;&quot;nama&quot;&lt;/span&gt;,&lt;/div&gt;&lt;div&gt;            &lt;span style=&quot;color: #7ee787;&quot;&gt;&quot;dType&quot;&lt;/span&gt;:&lt;span style=&quot;color: #a5d6ff;&quot;&gt;&quot;str&quot;&lt;/span&gt;&lt;/div&gt;&lt;div&gt;        },&lt;/div&gt;&lt;div&gt;        {&lt;/div&gt;&lt;div&gt;            &lt;span style=&quot;color: #7ee787;&quot;&gt;&quot;fNama&quot;&lt;/span&gt;:&lt;span style=&quot;color: #a5d6ff;&quot;&gt;&quot;umur&quot;&lt;/span&gt;,&lt;/div&gt;&lt;div&gt;            &lt;span style=&quot;color: #7ee787;&quot;&gt;&quot;dType&quot;&lt;/span&gt;:&lt;span style=&quot;color: #a5d6ff;&quot;&gt;&quot;int&quot;&lt;/span&gt;&lt;/div&gt;&lt;div&gt;        },&lt;/div&gt;&lt;div&gt;        {&lt;/div&gt;&lt;div&gt;            &lt;span style=&quot;color: #7ee787;&quot;&gt;&quot;fNama&quot;&lt;/span&gt;:&lt;span style=&quot;color: #a5d6ff;&quot;&gt;&quot;pekerjaan&quot;&lt;/span&gt;,&lt;/div&gt;&lt;div&gt;            &lt;span style=&quot;color: #7ee787;&quot;&gt;&quot;dType&quot;&lt;/span&gt;:&lt;span style=&quot;color: #a5d6ff;&quot;&gt;&quot;str&quot;&lt;/span&gt;&lt;/div&gt;&lt;div&gt;        },&lt;/div&gt;&lt;div&gt;        {&lt;/div&gt;&lt;div&gt;            &lt;span style=&quot;color: #7ee787;&quot;&gt;&quot;fNama&quot;&lt;/span&gt;:&lt;span style=&quot;color: #a5d6ff;&quot;&gt;&quot;tgl lahir&quot;&lt;/span&gt;,&lt;/div&gt;&lt;div&gt;            &lt;span style=&quot;color: #7ee787;&quot;&gt;&quot;dType&quot;&lt;/span&gt;:&lt;span style=&quot;color: #a5d6ff;&quot;&gt;&quot;date&quot;&lt;/span&gt;&lt;/div&gt;&lt;div&gt;        }&lt;/div&gt;&lt;div&gt;    ],&lt;/div&gt;&lt;div&gt;    &lt;span style=&quot;color: #7ee787;&quot;&gt;&quot;mapping&quot;&lt;/span&gt;:&lt;/div&gt;&lt;div&gt;    [&lt;/div&gt;&lt;div&gt;        {&lt;/div&gt;&lt;div&gt;            &lt;span style=&quot;color: #7ee787;&quot;&gt;&quot;sName&quot;&lt;/span&gt;:&lt;span style=&quot;color: #a5d6ff;&quot;&gt;&quot;name&quot;&lt;/span&gt;,&lt;/div&gt;&lt;div&gt;            &lt;span style=&quot;color: #7ee787;&quot;&gt;&quot;dName&quot;&lt;/span&gt;:&lt;span style=&quot;color: #a5d6ff;&quot;&gt;&quot;nama&quot;&lt;/span&gt;&lt;/div&gt;&lt;div&gt;        },&lt;/div&gt;&lt;div&gt;        {&lt;/div&gt;&lt;div&gt;            &lt;span style=&quot;color: #7ee787;&quot;&gt;&quot;sName&quot;&lt;/span&gt;:&lt;span style=&quot;color: #a5d6ff;&quot;&gt;&quot;age&quot;&lt;/span&gt;,&lt;/div&gt;&lt;div&gt;            &lt;span style=&quot;color: #7ee787;&quot;&gt;&quot;dName&quot;&lt;/span&gt;:&lt;span style=&quot;color: #a5d6ff;&quot;&gt;&quot;umur&quot;&lt;/span&gt;&lt;/div&gt;&lt;div&gt;        },&lt;/div&gt;&lt;div&gt;        {&lt;/div&gt;&lt;div&gt;            &lt;span style=&quot;color: #7ee787;&quot;&gt;&quot;sName&quot;&lt;/span&gt;:&lt;span style=&quot;color: #a5d6ff;&quot;&gt;&quot;occupation&quot;&lt;/span&gt;,&lt;/div&gt;&lt;div&gt;            &lt;span style=&quot;color: #7ee787;&quot;&gt;&quot;dName&quot;&lt;/span&gt;:&lt;span style=&quot;color: #a5d6ff;&quot;&gt;&quot;pekerjaan&quot;&lt;/span&gt;&lt;/div&gt;&lt;div&gt;        },&lt;/div&gt;&lt;div&gt;        {&lt;/div&gt;&lt;div&gt;            &lt;span style=&quot;color: #7ee787;&quot;&gt;&quot;sName&quot;&lt;/span&gt;:&lt;span style=&quot;color: #a5d6ff;&quot;&gt;&quot;dob&quot;&lt;/span&gt;,&lt;/div&gt;&lt;div&gt;            &lt;span style=&quot;color: #7ee787;&quot;&gt;&quot;dName&quot;&lt;/span&gt;:&lt;span style=&quot;color: #a5d6ff;&quot;&gt;&quot;tgl lahir&quot;&lt;/span&gt;&lt;/div&gt;&lt;div&gt;        }&lt;/div&gt;&lt;div&gt;    ]&lt;/div&gt;&lt;div&gt;    &lt;/div&gt;&lt;div&gt;}&lt;/div&gt;&lt;/div&gt;" vertex="1">
-           <mxGeometry height="1540" width="500" x="870" y="20" as="geometry" />
+       </root>
+     </mxGraphModel>
+   </diagram>
+   <diagram id="70EcbcsgtRKvmslbUL-l" name="Page-2">
+     <mxGraphModel dx="3400" dy="2995" grid="1" gridSize="10" guides="1" tooltips="1" connect="1" arrows="1" fold="1" page="0" pageScale="1" pageWidth="850" pageHeight="1100" math="0" shadow="0">
+       <root>
+         <mxCell id="0" />
+         <mxCell id="1" parent="0" />
+         <mxCell id="Y3M4Bx-OVit1wf5kS7Ky-1" parent="1" style="text;html=1;whiteSpace=wrap;overflow=hidden;rounded=0;" value="&lt;h1 style=&quot;margin-top: 0px;&quot;&gt;scenario_script&lt;/h1&gt;&lt;div style=&quot;color: rgb(187, 190, 191); background-color: rgb(18, 19, 20); font-family: &amp;quot;Droid Sans Mono&amp;quot;, monospace; font-size: 14px; line-height: 19px; white-space: pre;&quot;&gt;&lt;div&gt;{&lt;/div&gt;&lt;div&gt;    &lt;span style=&quot;color: #7ee787;&quot;&gt;&quot;sourceProtocolObject&quot;&lt;/span&gt;:{&lt;/div&gt;&lt;div&gt;        &lt;span style=&quot;color: #7ee787;&quot;&gt;&quot;type&quot;&lt;/span&gt;:&lt;span style=&quot;color: #a5d6ff;&quot;&gt;&quot;http&quot;&lt;/span&gt;,&lt;/div&gt;&lt;div&gt;        &lt;span style=&quot;color: #7ee787;&quot;&gt;&quot;port&quot;&lt;/span&gt;:&lt;span style=&quot;color: #a5d6ff;&quot;&gt;&quot;8080&quot;&lt;/span&gt;,&lt;/div&gt;&lt;div&gt;        &lt;span style=&quot;color: #7ee787;&quot;&gt;&quot;path&quot;&lt;/span&gt;:&lt;span style=&quot;color: #a5d6ff;&quot;&gt;&quot;/test&quot;&lt;/span&gt;,&lt;/div&gt;&lt;div&gt;        &lt;span style=&quot;color: #7ee787;&quot;&gt;&quot;authentication&quot;&lt;/span&gt;:{&lt;span style=&quot;color: #7ee787;&quot;&gt;&quot;type&quot;&lt;/span&gt;:&lt;span style=&quot;color: #a5d6ff;&quot;&gt;&quot;basic &amp;lt;base 64 encoded&amp;gt;&quot;&lt;/span&gt;}&lt;/div&gt;&lt;div&gt;    },&lt;/div&gt;&lt;div&gt;    &lt;span style=&quot;color: #7ee787;&quot;&gt;&quot;destinationProtocolObject&quot;&lt;/span&gt;:{&lt;/div&gt;&lt;div&gt;        &lt;span style=&quot;color: #7ee787;&quot;&gt;&quot;type&quot;&lt;/span&gt;:&lt;span style=&quot;color: #a5d6ff;&quot;&gt;&quot;http&quot;&lt;/span&gt;,&lt;/div&gt;&lt;div&gt;        &lt;span style=&quot;color: #7ee787;&quot;&gt;&quot;host&quot;&lt;/span&gt;:&lt;span style=&quot;color: #a5d6ff;&quot;&gt;&quot;http://localhost&quot;&lt;/span&gt;,&lt;/div&gt;&lt;div&gt;        &lt;span style=&quot;color: #7ee787;&quot;&gt;&quot;port&quot;&lt;/span&gt;:&lt;span style=&quot;color: #a5d6ff;&quot;&gt;&quot;8888&quot;&lt;/span&gt;,&lt;/div&gt;&lt;div&gt;        &lt;span style=&quot;color: #7ee787;&quot;&gt;&quot;path&quot;&lt;/span&gt;:&lt;span style=&quot;color: #a5d6ff;&quot;&gt;&quot;/result&quot;&lt;/span&gt;,&lt;/div&gt;&lt;div&gt;        &lt;span style=&quot;color: #7ee787;&quot;&gt;&quot;authentication&quot;&lt;/span&gt;:[&lt;/div&gt;&lt;div&gt;            {&lt;span style=&quot;color: #7ee787;&quot;&gt;&quot;seq&quot;&lt;/span&gt;:&lt;span style=&quot;color: #b5cea8;&quot;&gt;1&lt;/span&gt;, &lt;span style=&quot;color: #7ee787;&quot;&gt;&quot;type&quot;&lt;/span&gt;:&lt;span style=&quot;color: #a5d6ff;&quot;&gt;&quot;basic &amp;lt;base 64 encoded&amp;gt;&quot;&lt;/span&gt;},&lt;/div&gt;&lt;div&gt;            {&lt;span style=&quot;color: #7ee787;&quot;&gt;&quot;seq&quot;&lt;/span&gt;:&lt;span style=&quot;color: #b5cea8;&quot;&gt;2&lt;/span&gt;, &lt;span style=&quot;color: #7ee787;&quot;&gt;&quot;type&quot;&lt;/span&gt;:&lt;span style=&quot;color: #a5d6ff;&quot;&gt;&quot;bearer &amp;lt;bearer token&amp;gt;&quot;&lt;/span&gt;}&lt;/div&gt;&lt;div&gt;        ]&lt;/div&gt;&lt;div&gt;    },&lt;/div&gt;&lt;div&gt;    &lt;span style=&quot;color: #7ee787;&quot;&gt;&quot;sourceStructure&quot;&lt;/span&gt;:&lt;/div&gt;&lt;div&gt;    [&lt;/div&gt;&lt;div&gt;        {&lt;/div&gt;&lt;div&gt;            &lt;span style=&quot;color: #7ee787;&quot;&gt;&quot;fName&quot;&lt;/span&gt;:&lt;span style=&quot;color: #a5d6ff;&quot;&gt;&quot;name&quot;&lt;/span&gt;,&lt;/div&gt;&lt;div&gt;            &lt;span style=&quot;color: #7ee787;&quot;&gt;&quot;dType&quot;&lt;/span&gt;:&lt;span style=&quot;color: #a5d6ff;&quot;&gt;&quot;str&quot;&lt;/span&gt;&lt;/div&gt;&lt;div&gt;        },&lt;/div&gt;&lt;div&gt;        {&lt;/div&gt;&lt;div&gt;            &lt;span style=&quot;color: #7ee787;&quot;&gt;&quot;fName&quot;&lt;/span&gt;:&lt;span style=&quot;color: #a5d6ff;&quot;&gt;&quot;age&quot;&lt;/span&gt;,&lt;/div&gt;&lt;div&gt;            &lt;span style=&quot;color: #7ee787;&quot;&gt;&quot;dType&quot;&lt;/span&gt;:&lt;span style=&quot;color: #a5d6ff;&quot;&gt;&quot;int&quot;&lt;/span&gt;&lt;/div&gt;&lt;div&gt;        },&lt;/div&gt;&lt;div&gt;        {&lt;/div&gt;&lt;div&gt;            &lt;span style=&quot;color: #7ee787;&quot;&gt;&quot;fName&quot;&lt;/span&gt;:&lt;span style=&quot;color: #a5d6ff;&quot;&gt;&quot;occupation&quot;&lt;/span&gt;,&lt;/div&gt;&lt;div&gt;            &lt;span style=&quot;color: #7ee787;&quot;&gt;&quot;dType&quot;&lt;/span&gt;:&lt;span style=&quot;color: #a5d6ff;&quot;&gt;&quot;str&quot;&lt;/span&gt;&lt;/div&gt;&lt;div&gt;        },&lt;/div&gt;&lt;div&gt;        {&lt;/div&gt;&lt;div&gt;            &lt;span style=&quot;color: #7ee787;&quot;&gt;&quot;fName&quot;&lt;/span&gt;:&lt;span style=&quot;color: #a5d6ff;&quot;&gt;&quot;dob&quot;&lt;/span&gt;,&lt;/div&gt;&lt;div&gt;            &lt;span style=&quot;color: #7ee787;&quot;&gt;&quot;dType&quot;&lt;/span&gt;:&lt;span style=&quot;color: #a5d6ff;&quot;&gt;&quot;date&quot;&lt;/span&gt;&lt;/div&gt;&lt;div&gt;        }&lt;/div&gt;&lt;div&gt;    ],&lt;/div&gt;&lt;div&gt;    &lt;span style=&quot;color: #7ee787;&quot;&gt;&quot;destStructure&quot;&lt;/span&gt;:&lt;/div&gt;&lt;div&gt;    [&lt;/div&gt;&lt;div&gt;        {&lt;/div&gt;&lt;div&gt;            &lt;span style=&quot;color: #7ee787;&quot;&gt;&quot;fNama&quot;&lt;/span&gt;:&lt;span style=&quot;color: #a5d6ff;&quot;&gt;&quot;nama&quot;&lt;/span&gt;,&lt;/div&gt;&lt;div&gt;            &lt;span style=&quot;color: #7ee787;&quot;&gt;&quot;dType&quot;&lt;/span&gt;:&lt;span style=&quot;color: #a5d6ff;&quot;&gt;&quot;str&quot;&lt;/span&gt;&lt;/div&gt;&lt;div&gt;        },&lt;/div&gt;&lt;div&gt;        {&lt;/div&gt;&lt;div&gt;            &lt;span style=&quot;color: #7ee787;&quot;&gt;&quot;fNama&quot;&lt;/span&gt;:&lt;span style=&quot;color: #a5d6ff;&quot;&gt;&quot;umur&quot;&lt;/span&gt;,&lt;/div&gt;&lt;div&gt;            &lt;span style=&quot;color: #7ee787;&quot;&gt;&quot;dType&quot;&lt;/span&gt;:&lt;span style=&quot;color: #a5d6ff;&quot;&gt;&quot;int&quot;&lt;/span&gt;&lt;/div&gt;&lt;div&gt;        },&lt;/div&gt;&lt;div&gt;        {&lt;/div&gt;&lt;div&gt;            &lt;span style=&quot;color: #7ee787;&quot;&gt;&quot;fNama&quot;&lt;/span&gt;:&lt;span style=&quot;color: #a5d6ff;&quot;&gt;&quot;pekerjaan&quot;&lt;/span&gt;,&lt;/div&gt;&lt;div&gt;            &lt;span style=&quot;color: #7ee787;&quot;&gt;&quot;dType&quot;&lt;/span&gt;:&lt;span style=&quot;color: #a5d6ff;&quot;&gt;&quot;str&quot;&lt;/span&gt;&lt;/div&gt;&lt;div&gt;        },&lt;/div&gt;&lt;div&gt;        {&lt;/div&gt;&lt;div&gt;            &lt;span style=&quot;color: #7ee787;&quot;&gt;&quot;fNama&quot;&lt;/span&gt;:&lt;span style=&quot;color: #a5d6ff;&quot;&gt;&quot;tgl lahir&quot;&lt;/span&gt;,&lt;/div&gt;&lt;div&gt;            &lt;span style=&quot;color: #7ee787;&quot;&gt;&quot;dType&quot;&lt;/span&gt;:&lt;span style=&quot;color: #a5d6ff;&quot;&gt;&quot;date&quot;&lt;/span&gt;&lt;/div&gt;&lt;div&gt;        }&lt;/div&gt;&lt;div&gt;    ],&lt;/div&gt;&lt;div&gt;    &lt;span style=&quot;color: #7ee787;&quot;&gt;&quot;mapping&quot;&lt;/span&gt;:&lt;/div&gt;&lt;div&gt;    [&lt;/div&gt;&lt;div&gt;        {&lt;/div&gt;&lt;div&gt;            &lt;span style=&quot;color: #7ee787;&quot;&gt;&quot;sName&quot;&lt;/span&gt;:&lt;span style=&quot;color: #a5d6ff;&quot;&gt;&quot;name&quot;&lt;/span&gt;,&lt;/div&gt;&lt;div&gt;            &lt;span style=&quot;color: #7ee787;&quot;&gt;&quot;dName&quot;&lt;/span&gt;:&lt;span style=&quot;color: #a5d6ff;&quot;&gt;&quot;nama&quot;&lt;/span&gt;&lt;/div&gt;&lt;div&gt;        },&lt;/div&gt;&lt;div&gt;        {&lt;/div&gt;&lt;div&gt;            &lt;span style=&quot;color: #7ee787;&quot;&gt;&quot;sName&quot;&lt;/span&gt;:&lt;span style=&quot;color: #a5d6ff;&quot;&gt;&quot;age&quot;&lt;/span&gt;,&lt;/div&gt;&lt;div&gt;            &lt;span style=&quot;color: #7ee787;&quot;&gt;&quot;dName&quot;&lt;/span&gt;:&lt;span style=&quot;color: #a5d6ff;&quot;&gt;&quot;umur&quot;&lt;/span&gt;&lt;/div&gt;&lt;div&gt;        },&lt;/div&gt;&lt;div&gt;        {&lt;/div&gt;&lt;div&gt;            &lt;span style=&quot;color: #7ee787;&quot;&gt;&quot;sName&quot;&lt;/span&gt;:&lt;span style=&quot;color: #a5d6ff;&quot;&gt;&quot;occupation&quot;&lt;/span&gt;,&lt;/div&gt;&lt;div&gt;            &lt;span style=&quot;color: #7ee787;&quot;&gt;&quot;dName&quot;&lt;/span&gt;:&lt;span style=&quot;color: #a5d6ff;&quot;&gt;&quot;pekerjaan&quot;&lt;/span&gt;&lt;/div&gt;&lt;div&gt;        },&lt;/div&gt;&lt;div&gt;        {&lt;/div&gt;&lt;div&gt;            &lt;span style=&quot;color: #7ee787;&quot;&gt;&quot;sName&quot;&lt;/span&gt;:&lt;span style=&quot;color: #a5d6ff;&quot;&gt;&quot;dob&quot;&lt;/span&gt;,&lt;/div&gt;&lt;div&gt;            &lt;span style=&quot;color: #7ee787;&quot;&gt;&quot;dName&quot;&lt;/span&gt;:&lt;span style=&quot;color: #a5d6ff;&quot;&gt;&quot;tgl lahir&quot;&lt;/span&gt;&lt;/div&gt;&lt;div&gt;        }&lt;/div&gt;&lt;div&gt;    ]&lt;/div&gt;&lt;div&gt;    &lt;/div&gt;&lt;div&gt;}&lt;/div&gt;&lt;/div&gt;" vertex="1">
+           <mxGeometry height="1540" width="500" x="770" y="720" as="geometry" />
        </mxCell>
      </root>
    </mxGraphModel>
  </diagram>
</mxfile>
